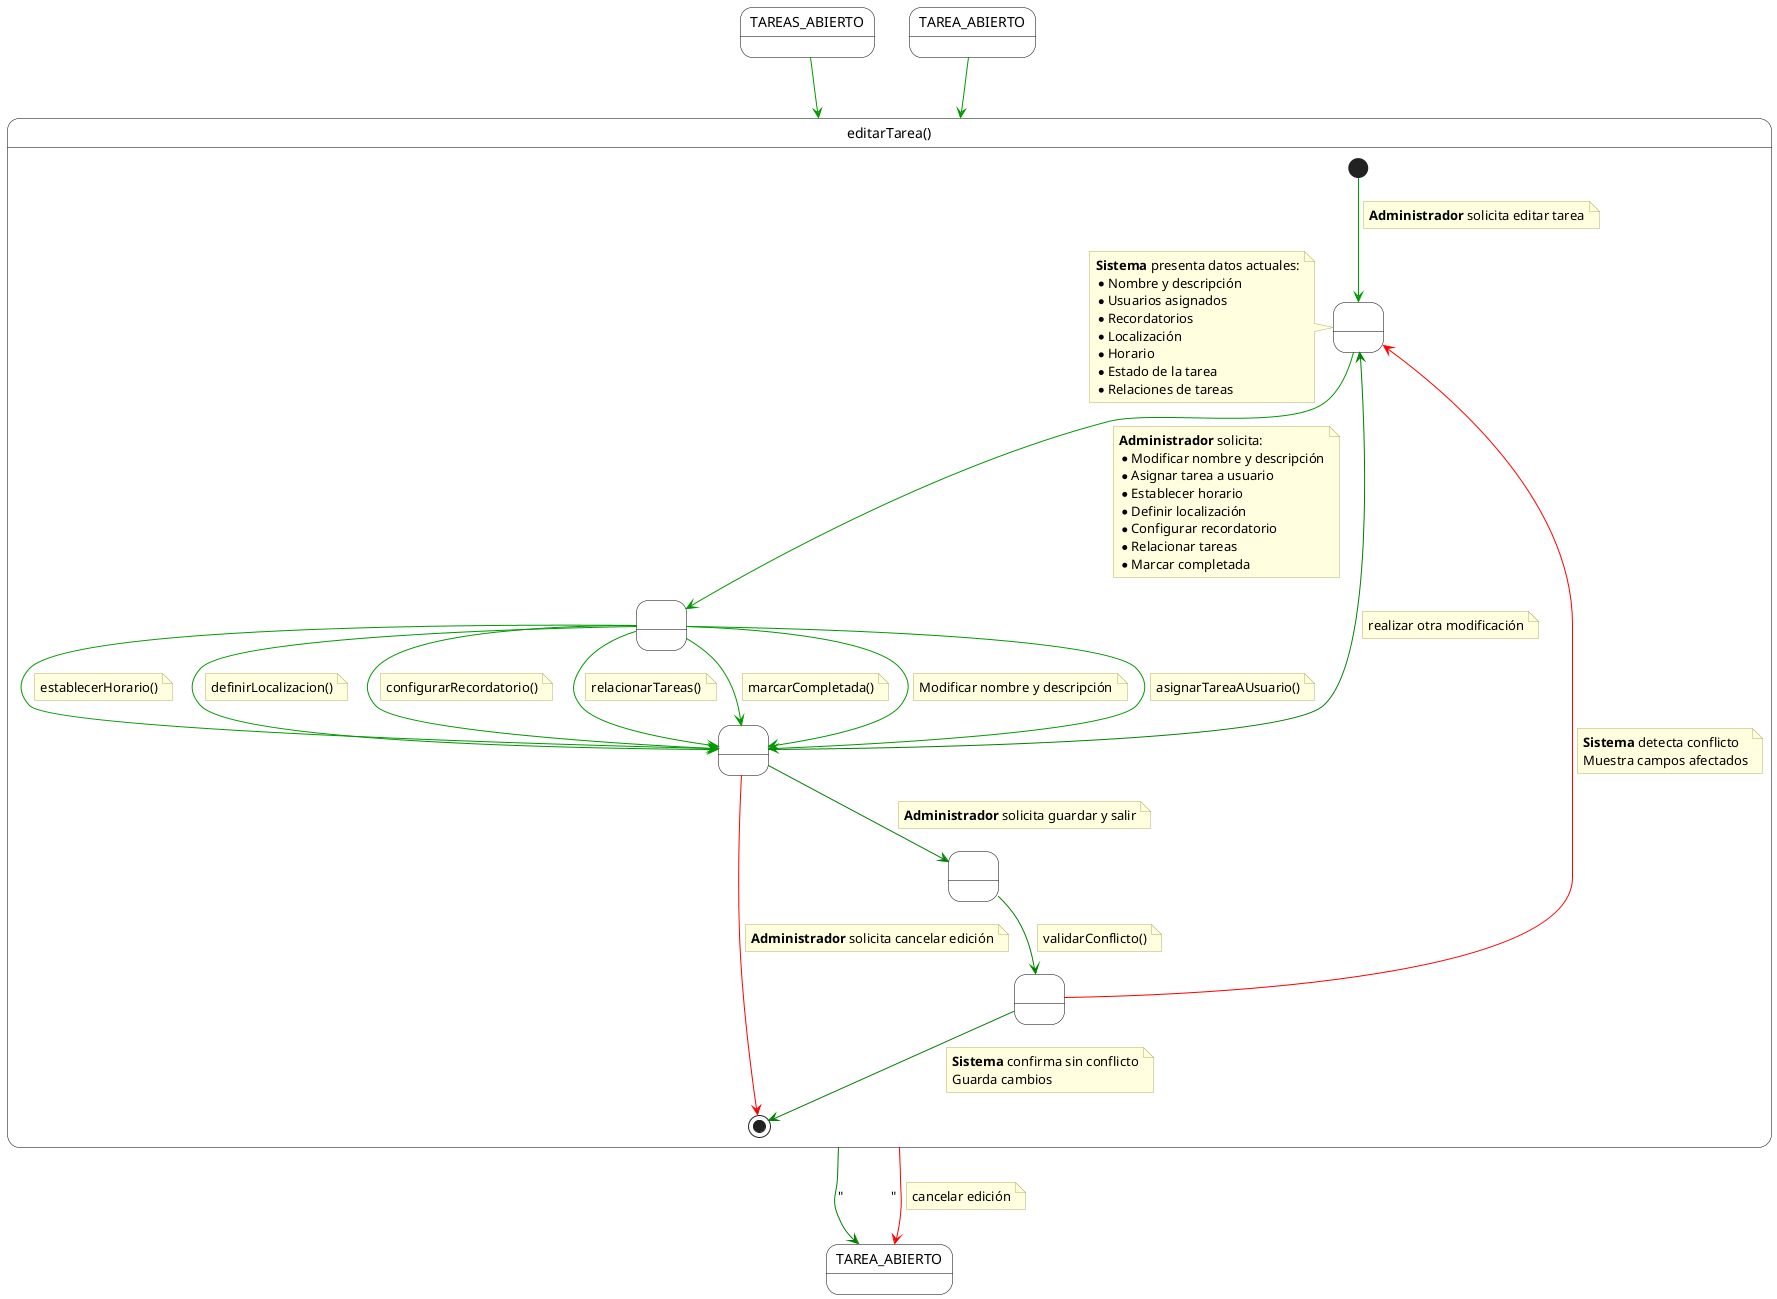
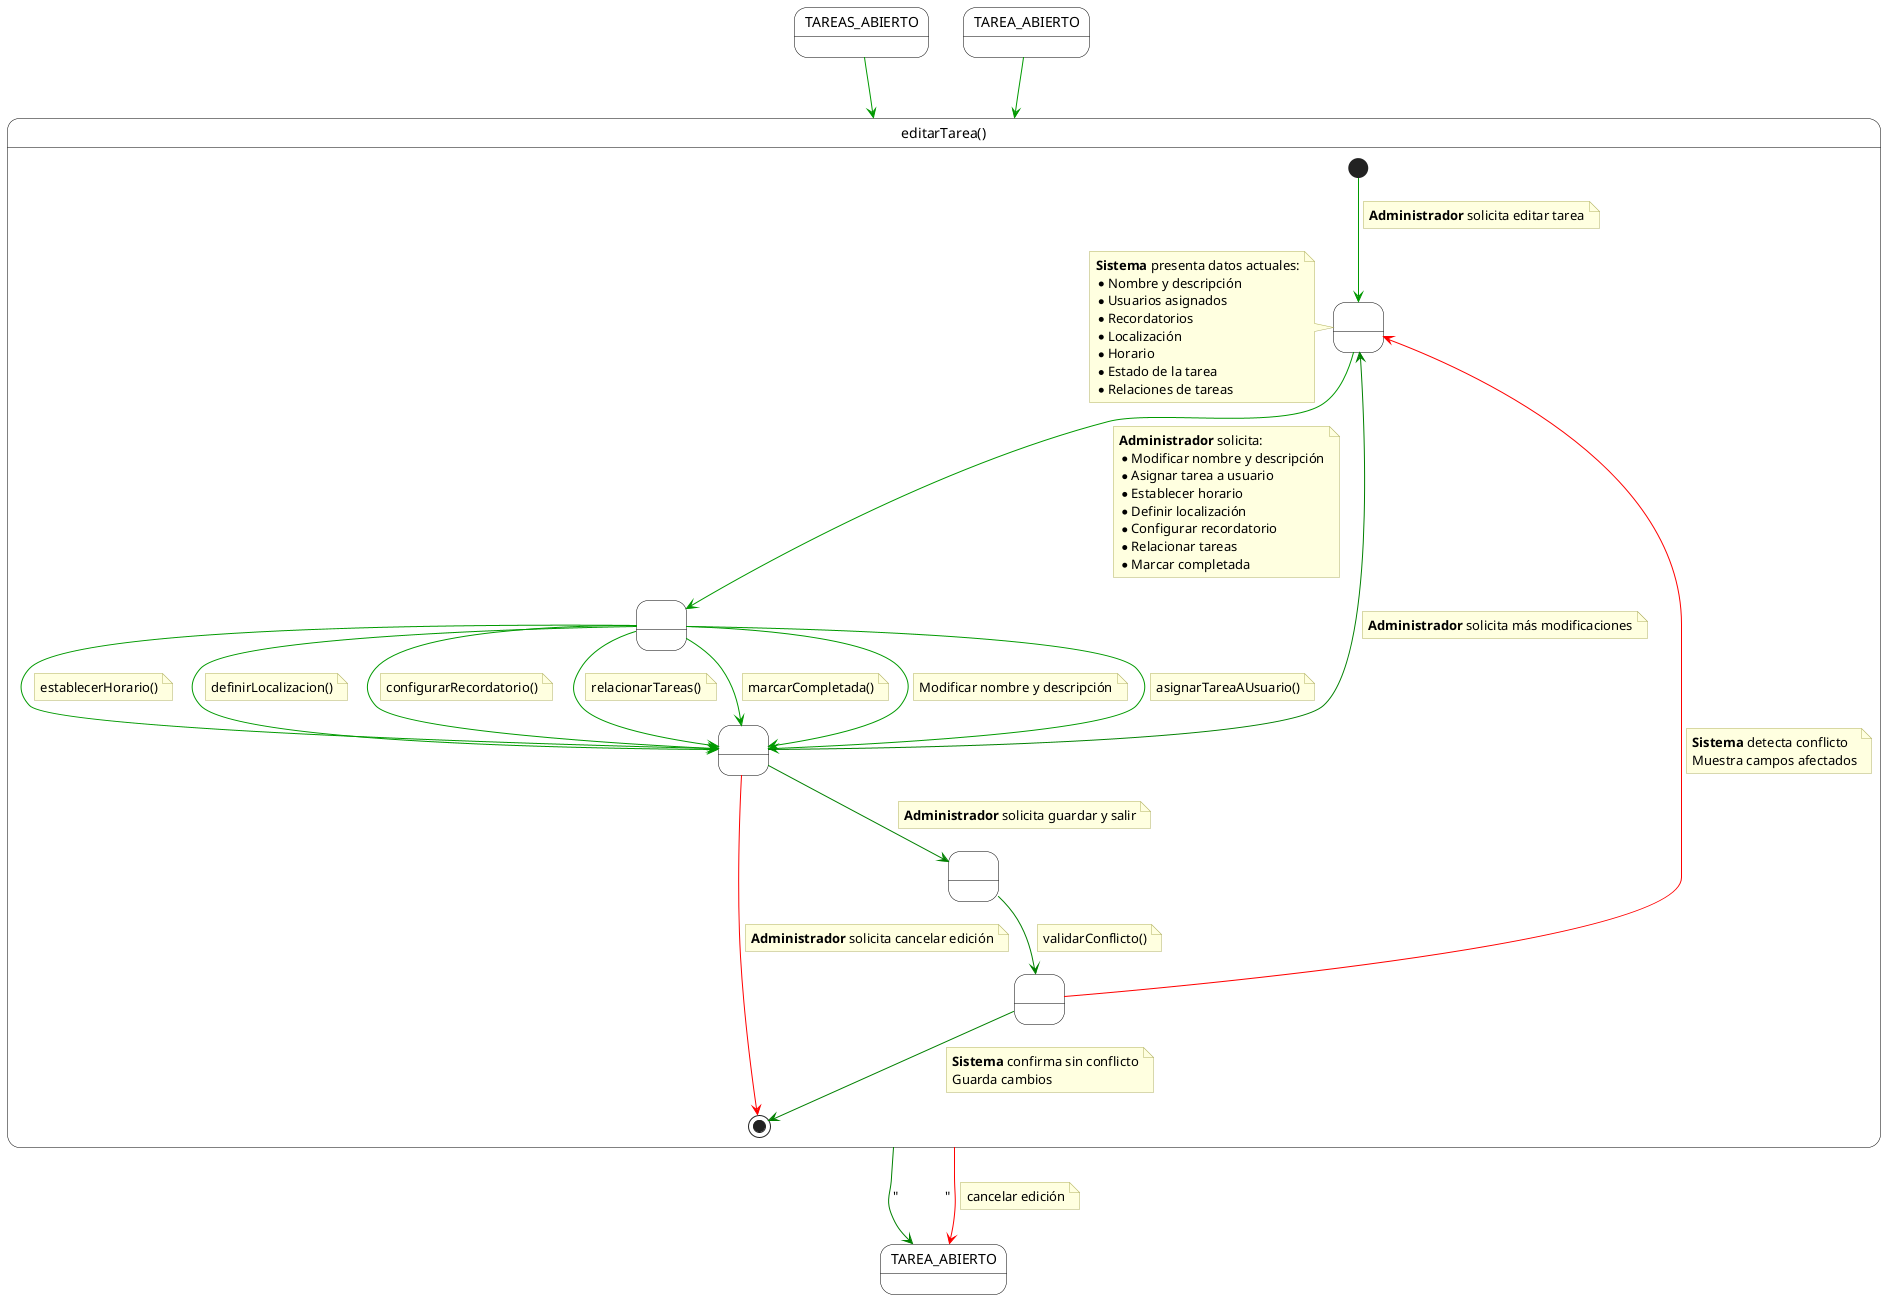
@startuml
' Configuración visual consistente
skinparam monochrome false
skinparam shadow false
top to bottom direction

skinparam state {
    BackgroundColor White
    BorderColor Black
    ArrowColor #009900
    StartColor Black
    EndColor Black
}

skinparam note {
    BackgroundColor #FFFFE0
    BorderColor #B0B060
    FontName Arial
}

' --- ESTADOS EXTERNOS DE ENTRADA ---
state TAREAS_ABIERTO
state "TAREA_ABIERTO" as TareaInicio

' Estado compuesto principal: editarTarea()
state "editarTarea()" as EditarTareaContainer {

    ' Puntos de anclaje internos
    state " " as PasoVisualizacion
    state " " as PasoMenuOpciones
    state " " as PasoDecisionFinal

    ' --- NUEVOS ESTADOS DE GUARDADO ---
    state " " as PasoPreValidacion
    state " " as PasoValidacion

    ' 1. Inicio
    [*] --> PasoVisualizacion
    note on link
        **Administrador** solicita editar tarea
    end note

    ' 2. Presentación
    note left of PasoVisualizacion
        **Sistema** presenta datos actuales:
        * Nombre y descripción
        * Usuarios asignados
        * Recordatorios
        * Localización
        * Horario
        * Estado de la tarea
        * Relaciones de tareas
    end note

    ' 3. Menú
    PasoVisualizacion --> PasoMenuOpciones
    note on link
        **Administrador** solicita:
        * Modificar nombre y descripción
        * Asignar tarea a usuario
        * Establecer horario
        * Definir localización
        * Configurar recordatorio
        * Relacionar tareas
        * Marcar completada
    end note

    ' 4. Métodos
    PasoMenuOpciones --> PasoDecisionFinal
    note on link
        Modificar nombre y descripción
    end note

    PasoMenuOpciones --> PasoDecisionFinal
    note on link
        asignarTareaAUsuario()
    end note

    PasoMenuOpciones --> PasoDecisionFinal
    note on link
        establecerHorario()
    end note

    PasoMenuOpciones --> PasoDecisionFinal
    note on link
        definirLocalizacion()
    end note

    PasoMenuOpciones --> PasoDecisionFinal
    note on link
        configurarRecordatorio()
    end note

    PasoMenuOpciones --> PasoDecisionFinal
    note on link
        relacionarTareas()
    end note

    PasoMenuOpciones --> PasoDecisionFinal
    note on link
        marcarCompletada()
    end note

    ' 5. Bucle de edición
    PasoDecisionFinal -[#green]up-> PasoVisualizacion
    note on link
-         realizar otra modificación
+         **Administrador** solicita más modificaciones
    end note

    ' --- FLUJO DE GUARDADO SEPARADO ---

    ' 6. PASO 1: Solicitud del usuario (Llega al nuevo estado intermedio)
    PasoDecisionFinal -[#green]down-> PasoPreValidacion
    note on link
        **Administrador** solicita guardar y salir
    end note

    ' 7. PASO 2: Acción del sistema (Sale del nuevo estado hacia validación)
    PasoPreValidacion -[#green]down-> PasoValidacion
    note on link
        validarConflicto()
    end note

    ' 8A. Validación FALLIDA (Conflicto) -> Vuelve arriba (Rojo)
    PasoValidacion -[#red]up-> PasoVisualizacion
    note on link
        **Sistema** detecta conflicto
        Muestra campos afectados
    end note

    ' 8B. Validación EXITOSA (Sin Conflicto) -> Fin (Verde)
    PasoValidacion -[#green]down-> [*]
    note on link
        **Sistema** confirma sin conflicto
        Guarda cambios
    end note

    ' 9. Cancelación
    PasoDecisionFinal -[#red]down-> [*]
    note on link
        **Administrador** solicita cancelar edición
    end note
}

' --- ESTADOS EXTERNOS DE SALIDA ---
state "TAREA_ABIERTO" as TareaFin

' --- TRANSICIONES EXTERNAS ---
TAREAS_ABIERTO --> EditarTareaContainer
TareaInicio --> EditarTareaContainer

EditarTareaContainer -[#green]-> TareaFin : "              "

EditarTareaContainer -[#red]-> TareaFin
note on link
    cancelar edición
end note

@enduml